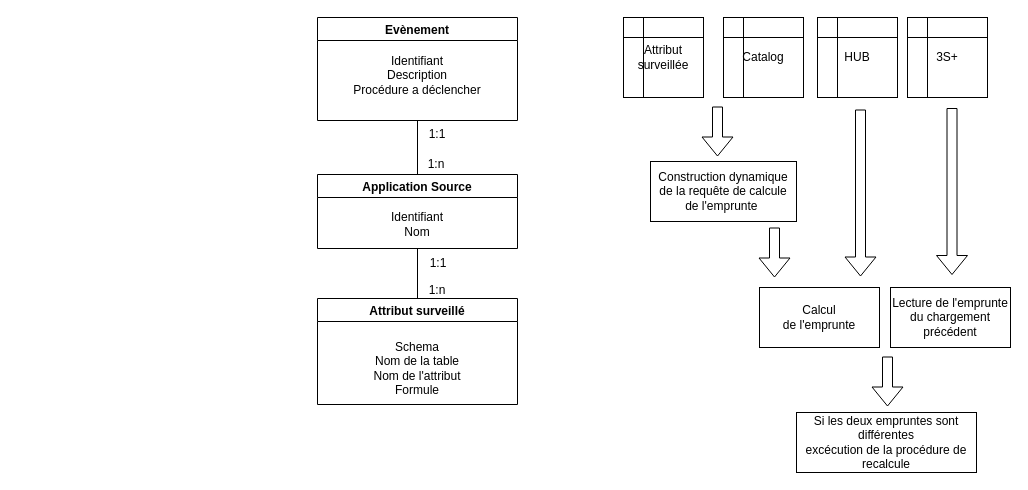
Before: page "Page-14" (14 of 16) of S3_v2.drawio in benoitmorin/transfert, a draw.io diagram. Source tidied: cells renumbered, new cells numbered last; positions are measured from the earlier drawing's top-left corner, leaving out a move shared by most shapes. Both pictures are drawn from the tidied source at 100%, with x=0, y=0 at pixel (317, 17).
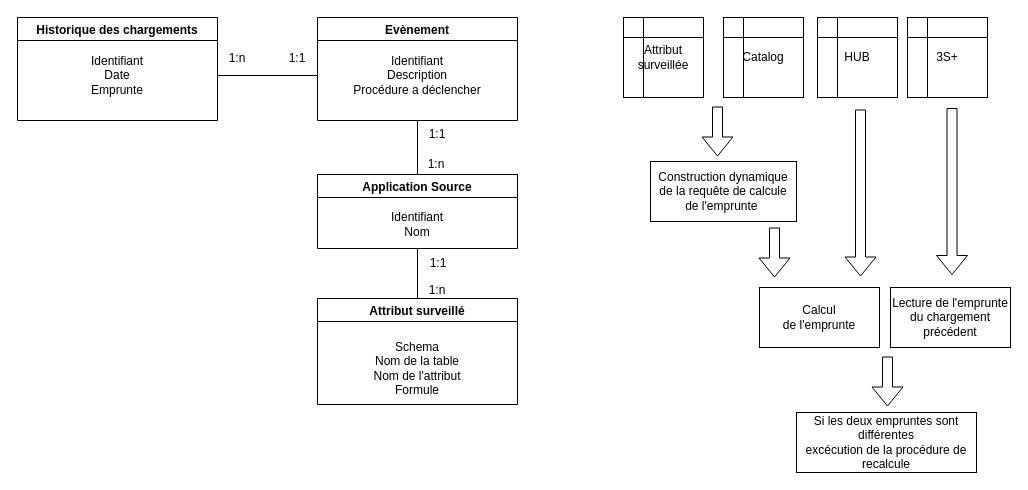
Above is the later version.

Unchanged cells that the change refers to:
```xml
<mxCell id="3" value="Evènement" style="swimlane;fontSize=12;" parent="1" vertex="1">
  <mxGeometry width="200" height="103" as="geometry" />
</mxCell>
<mxCell id="4" value="Identifiant&lt;br&gt;Description&lt;br&gt;Procédure a déclencher" style="text;html=1;strokeColor=none;fillColor=none;align=center;verticalAlign=middle;whiteSpace=wrap;rounded=0;fontSize=12;" parent="3" vertex="1">
  <mxGeometry y="48" width="200" height="20" as="geometry" />
</mxCell>
```

What changed in the source:
```diff
@@
+    <mxCell id="27" value="1:1" style="text;html=1;strokeColor=none;fillColor=none;align=center;verticalAlign=middle;whiteSpace=wrap;rounded=0;fontSize=12;" parent="3" vertex="1">
+      <mxGeometry x="-50" y="25.5" width="60" height="31" as="geometry" />
+    </mxCell>
+    <mxCell id="28" value="1:n" style="text;html=1;strokeColor=none;fillColor=none;align=center;verticalAlign=middle;whiteSpace=wrap;rounded=0;fontSize=12;" parent="3" vertex="1">
+      <mxGeometry x="-110" y="25.5" width="60" height="30" as="geometry" />
+    </mxCell>
@@
+    <mxCell id="29" value="Historique des chargements" style="swimlane;fontSize=12;" parent="1" vertex="1">
+      <mxGeometry x="-300" width="200" height="103" as="geometry" />
+    </mxCell>
+    <mxCell id="30" value="Identifiant&lt;br&gt;Date&lt;br&gt;Emprunte" style="text;html=1;strokeColor=none;fillColor=none;align=center;verticalAlign=middle;whiteSpace=wrap;rounded=0;fontSize=12;" parent="29" vertex="1">
+      <mxGeometry y="48" width="200" height="20" as="geometry" />
+    </mxCell>
+    <mxCell id="31" style="edgeStyle=orthogonalEdgeStyle;rounded=0;jettySize=auto;html=1;entryX=1;entryY=0.5;entryDx=0;entryDy=0;startArrow=none;startFill=0;endArrow=none;endFill=0;" parent="1" edge="1" source="4" target="30">
+      <mxGeometry relative="1" as="geometry" />
+    </mxCell>
```
